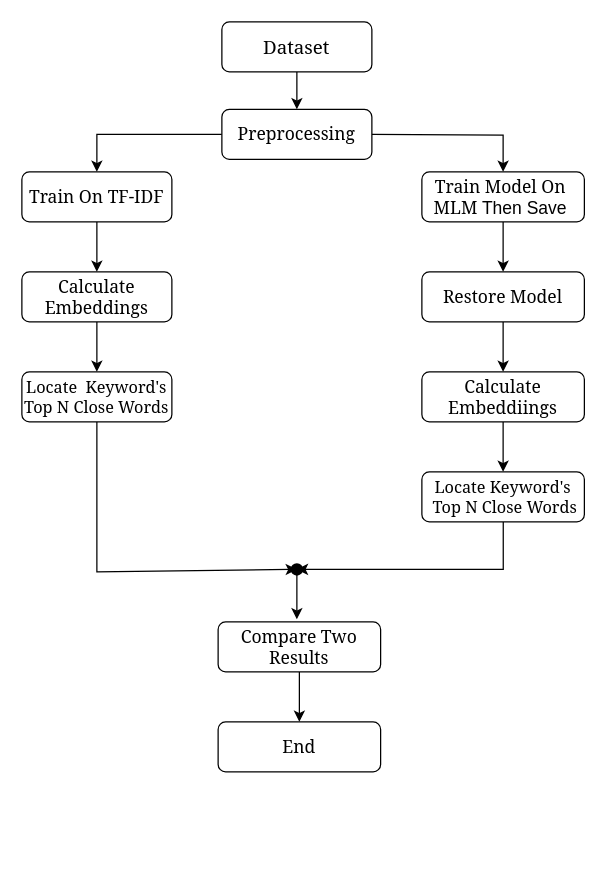
The draw.io diagram ProcessDiagram.drawio in oitik/drawio, before the edit. Source tidied: cells renumbered, new cells numbered last; positions are measured from the earlier drawing's top-left corner, leaving out a move shared by most shapes. Both pictures are drawn from the tidied source at 125%, with x=0, y=0 at pixel (21, 21).
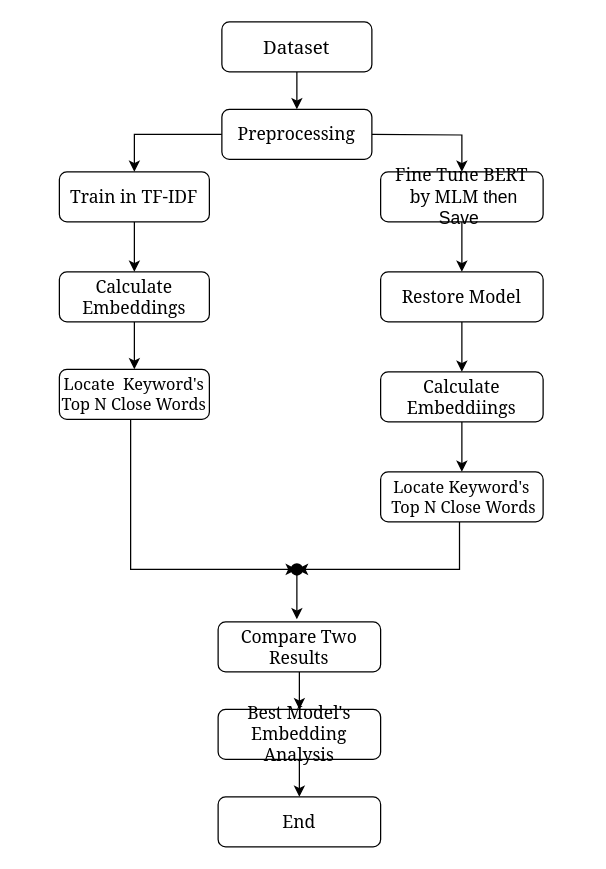
The same page after the edit.

The change refers to these unchanged cells:
```xml
<mxCell id="21" style="shape=waypoint;sketch=0;size=6;points=[];perimeter=centerPerimeter;snapToPoint=1;rounded=1;glass=0;strokeWidth=3;shadow=0;" parent="1" vertex="1">
  <mxGeometry x="210" y="428" width="20" height="20" as="geometry" />
</mxCell>
```

Change to the diagram source:
```diff
@@
-    <mxCell id="6" value="&lt;font style=&quot;font-size: 14px;&quot; face=&quot;Georgia&quot;&gt;Train Model On&amp;nbsp;&lt;/font&gt;&lt;div style=&quot;font-size: 14px;&quot;&gt;&lt;font style=&quot;font-size: 14px;&quot;&gt;&lt;span style=&quot;font-family: Georgia;&quot;&gt;MLM&amp;nbsp;&lt;/span&gt;&lt;span style=&quot;font-family: YG_AiRH8RdLS5TOYh-Wq;&quot;&gt;Then Save&amp;nbsp;&lt;/span&gt;&lt;/font&gt;&lt;/div&gt;" style="whiteSpace=wrap;html=1;rounded=1;glass=0;strokeWidth=1;shadow=0;" parent="1" vertex="1">
-      <mxGeometry x="320" y="120" width="130" height="40" as="geometry" />
+    <mxCell id="6" value="&lt;div style=&quot;font-size: 14px;&quot;&gt;&lt;font style=&quot;font-size: 14px;&quot;&gt;&lt;span style=&quot;font-family: Georgia;&quot;&gt;Fine Tune BERT&lt;/span&gt;&lt;/font&gt;&lt;/div&gt;&lt;div style=&quot;font-size: 14px;&quot;&gt;&lt;font style=&quot;font-size: 14px;&quot;&gt;&lt;span style=&quot;font-family: Georgia;&quot;&gt;&amp;nbsp;by MLM&lt;/span&gt;&lt;span style=&quot;font-family: YG_AiRH8RdLS5TOYh-Wq;&quot;&gt;&amp;nbsp;then Save&amp;nbsp;&lt;/span&gt;&lt;/font&gt;&lt;/div&gt;" style="whiteSpace=wrap;html=1;rounded=1;glass=0;strokeWidth=1;shadow=0;" parent="1" vertex="1">
+      <mxGeometry x="287" y="120" width="130" height="40" as="geometry" />
     </mxCell>
@@
-    <mxCell id="10" value="&lt;font style=&quot;font-size: 14px;&quot; face=&quot;Georgia&quot;&gt;Train On TF-IDF&lt;/font&gt;" style="rounded=1;whiteSpace=wrap;html=1;fontSize=12;glass=0;strokeWidth=1;shadow=0;" parent="1" vertex="1">
-      <mxGeometry y="120" width="120" height="40" as="geometry" />
+    <mxCell id="10" value="&lt;font style=&quot;font-size: 14px;&quot; face=&quot;Georgia&quot;&gt;Train in TF-IDF&lt;/font&gt;" style="rounded=1;whiteSpace=wrap;html=1;fontSize=12;glass=0;strokeWidth=1;shadow=0;" parent="1" vertex="1">
+      <mxGeometry x="30" y="120" width="120" height="40" as="geometry" />
     </mxCell>
@@
     <mxCell id="12" value="&lt;font style=&quot;font-size: 14px;&quot; face=&quot;Georgia&quot;&gt;Calculate Embeddings&lt;/font&gt;" style="rounded=1;whiteSpace=wrap;html=1;fontSize=12;glass=0;strokeWidth=1;shadow=0;" parent="1" vertex="1">
-      <mxGeometry y="200" width="120" height="40" as="geometry" />
+      <mxGeometry x="30" y="200" width="120" height="40" as="geometry" />
     </mxCell>
@@
     <mxCell id="14" value="&lt;font style=&quot;font-size: 14px;&quot; face=&quot;Georgia&quot;&gt;Restore Model&lt;/font&gt;" style="whiteSpace=wrap;html=1;rounded=1;glass=0;strokeWidth=1;shadow=0;" parent="1" vertex="1">
-      <mxGeometry x="320" y="200" width="130" height="40" as="geometry" />
+      <mxGeometry x="287" y="200" width="130" height="40" as="geometry" />
     </mxCell>
@@
     <mxCell id="16" value="&lt;font style=&quot;font-size: 14px;&quot; face=&quot;Georgia&quot;&gt;Calculate Embeddiings&lt;/font&gt;" style="whiteSpace=wrap;html=1;rounded=1;glass=0;strokeWidth=1;shadow=0;" parent="1" vertex="1">
-      <mxGeometry x="320" y="280" width="130" height="40" as="geometry" />
+      <mxGeometry x="287" y="280" width="130" height="40" as="geometry" />
     </mxCell>
-    <mxCell id="17" style="edgeStyle=orthogonalEdgeStyle;rounded=0;jettySize=auto;html=1;entryX=1.282;entryY=0.726;entryDx=0;entryDy=0;entryPerimeter=0;" parent="1" edge="1" target="21">
+    <mxCell id="17" style="edgeStyle=orthogonalEdgeStyle;rounded=0;jettySize=auto;html=1;entryX=0.85;entryY=0.55;entryDx=0;entryDy=0;entryPerimeter=0;" parent="1" edge="1" target="21">
       <mxGeometry relative="1" as="geometry">
-        <mxPoint x="385.1" y="400" as="sourcePoint" />
+        <mxPoint x="350.1" y="400" as="sourcePoint" />
         <Array as="points">
-          <mxPoint x="385" y="438" />
+          <mxPoint x="350" y="438" />
         </Array>
       </mxGeometry>
     </mxCell>
     <mxCell id="18" value="&lt;font style=&quot;font-size: 13px;&quot; face=&quot;Georgia&quot;&gt;Locate Keyword's&lt;/font&gt;&lt;div&gt;&lt;font style=&quot;font-size: 13px;&quot; face=&quot;Georgia&quot;&gt;&amp;nbsp;Top N Close Words&lt;/font&gt;&lt;/div&gt;" style="whiteSpace=wrap;html=1;rounded=1;glass=0;strokeWidth=1;shadow=0;" parent="1" vertex="1">
-      <mxGeometry x="320" y="360" width="130" height="40" as="geometry" />
+      <mxGeometry x="287" y="360" width="130" height="40" as="geometry" />
     </mxCell>
     <mxCell id="19" value="&lt;font style=&quot;font-size: 13px;&quot; face=&quot;Georgia&quot;&gt;Locate &amp;nbsp;Keyword's Top N Close Words&lt;/font&gt;" style="rounded=1;whiteSpace=wrap;html=1;fontSize=12;glass=0;strokeWidth=1;shadow=0;" parent="1" vertex="1">
-      <mxGeometry y="280" width="120" height="40" as="geometry" />
+      <mxGeometry x="30" y="278" width="120" height="40" as="geometry" />
     </mxCell>
@@
-    <mxCell id="22" style="endArrow=classic;html=1;rounded=0;entryX=-0.071;entryY=0.668;entryDx=0;entryDy=0;entryPerimeter=0;" parent="1" edge="1" target="21">
+    <mxCell id="22" style="endArrow=classic;html=1;rounded=0;" parent="1" edge="1">
       <mxGeometry relative="1" as="geometry">
-        <mxPoint x="60" y="320" as="sourcePoint" />
+        <mxPoint x="87" y="318" as="sourcePoint" />
+        <mxPoint x="220" y="438" as="targetPoint" />
         <Array as="points">
-          <mxPoint x="60" y="440" />
+          <mxPoint x="87" y="438" />
         </Array>
       </mxGeometry>
     </mxCell>
@@
+    <mxCell id="26" style="edgeStyle=orthogonalEdgeStyle;rounded=0;jettySize=auto;html=1;" parent="1" edge="1" source="25" target="27">
+      <mxGeometry relative="1" as="geometry" />
+    </mxCell>
-    <mxCell id="25" value="&lt;font style=&quot;font-size: 14px;&quot; face=&quot;Georgia&quot;&gt;End&lt;/font&gt;" style="whiteSpace=wrap;html=1;rounded=1;glass=0;strokeWidth=1;shadow=0;" parent="1" vertex="1">
-      <mxGeometry x="157" y="560" width="130" height="40" as="geometry" />
+    <mxCell id="25" value="&lt;font style=&quot;font-size: 14px;&quot; face=&quot;Georgia&quot;&gt;Best Model's Embedding Analysis&lt;/font&gt;" style="whiteSpace=wrap;html=1;rounded=1;glass=0;strokeWidth=1;shadow=0;" parent="1" vertex="1">
+      <mxGeometry x="157" y="550" width="130" height="40" as="geometry" />
     </mxCell>
+    <mxCell id="27" value="&lt;font face=&quot;Georgia&quot;&gt;&lt;span style=&quot;font-size: 14px;&quot;&gt;End&lt;/span&gt;&lt;/font&gt;" style="whiteSpace=wrap;html=1;rounded=1;glass=0;strokeWidth=1;shadow=0;" parent="1" vertex="1">
+      <mxGeometry x="157" y="620" width="130" height="40" as="geometry" />
+    </mxCell>
```
